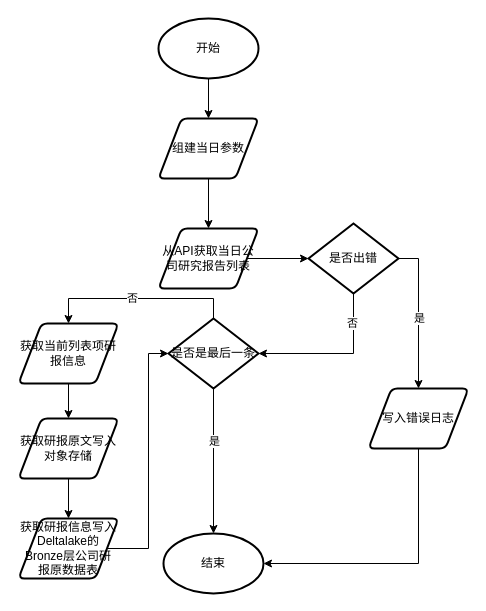
Earlier version of the draw.io diagram tupian/公众号研报获取流程.drawio (JJFatherL/biyesheji). Source tidied: cells renumbered, new cells numbered last; positions are measured from the earlier drawing's top-left corner, leaving out a move shared by most shapes. Both pictures are drawn from the tidied source at 100%, with x=0, y=0 at pixel (18, 18).
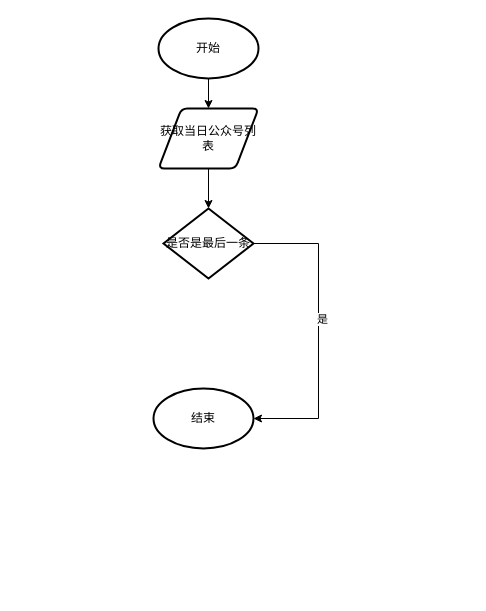
Above is the later version.

Commit message (it also covers changes not shown here):
更新公众号研报获取流程.drawio

The edit, as a diff of the source:
```diff
@@
-    <mxCell id="2" style="edgeStyle=orthogonalEdgeStyle;rounded=0;jettySize=auto;html=1;exitX=0.5;exitY=1;exitDx=0;exitDy=0;entryX=0.5;entryY=0;entryDx=0;entryDy=0;" parent="1" edge="1" source="3" target="7">
+    <mxCell id="2" style="edgeStyle=orthogonalEdgeStyle;rounded=0;jettySize=auto;html=1;exitX=0.5;exitY=1;exitDx=0;exitDy=0;entryX=0.5;entryY=0;entryDx=0;entryDy=0;entryPerimeter=0;" parent="1" edge="1" source="3" target="12">
       <mxGeometry relative="1" as="geometry" />
     </mxCell>
-    <mxCell id="3" value="组建当日参数" style="shape=parallelogram;html=1;strokeWidth=2;perimeter=parallelogramPerimeter;whiteSpace=wrap;rounded=1;arcSize=12;size=0.23;" parent="1" vertex="1">
-      <mxGeometry x="140" y="100" width="100" height="60" as="geometry" />
+    <mxCell id="3" value="获取当日公众号列表" style="shape=parallelogram;html=1;strokeWidth=2;perimeter=parallelogramPerimeter;whiteSpace=wrap;rounded=1;arcSize=12;size=0.23;" parent="1" vertex="1">
+      <mxGeometry x="140" y="90" width="100" height="60" as="geometry" />
     </mxCell>
@@
-    <mxCell id="6" style="edgeStyle=orthogonalEdgeStyle;rounded=0;jettySize=auto;html=1;exitX=1;exitY=0.5;exitDx=0;exitDy=0;entryX=0;entryY=0.5;entryDx=0;entryDy=0;entryPerimeter=0;" parent="1" edge="1" source="7" target="12">
-      <mxGeometry relative="1" as="geometry" />
-    </mxCell>
-    <mxCell id="7" value="从API获取当日公司研究报告列表" style="shape=parallelogram;html=1;strokeWidth=2;perimeter=parallelogramPerimeter;whiteSpace=wrap;rounded=1;arcSize=12;size=0.23;" parent="1" vertex="1">
-      <mxGeometry x="140" y="210" width="100" height="60" as="geometry" />
-    </mxCell>
-    <mxCell id="8" style="edgeStyle=orthogonalEdgeStyle;rounded=0;jettySize=auto;html=1;exitX=1;exitY=0.5;exitDx=0;exitDy=0;exitPerimeter=0;entryX=0.5;entryY=0;entryDx=0;entryDy=0;" parent="1" edge="1" source="12" target="14">
-      <mxGeometry relative="1" as="geometry" />
-    </mxCell>
-    <mxCell id="9" value="是" style="edgeLabel;html=1;align=center;verticalAlign=middle;" parent="8" vertex="1">
-      <mxGeometry x="-0.69" y="3" relative="1" as="geometry">
-        <mxPoint x="-3" y="56" as="offset" />
-      </mxGeometry>
-    </mxCell>
-    <mxCell id="10" style="edgeStyle=orthogonalEdgeStyle;rounded=0;jettySize=auto;html=1;exitX=0.5;exitY=1;exitDx=0;exitDy=0;exitPerimeter=0;entryX=1;entryY=0.5;entryDx=0;entryDy=0;entryPerimeter=0;" parent="1" edge="1" source="12" target="20">
-      <mxGeometry relative="1" as="geometry" />
-    </mxCell>
-    <mxCell id="11" value="否" style="edgeLabel;html=1;align=center;verticalAlign=middle;" parent="10" vertex="1">
-      <mxGeometry x="-0.62" y="-2" relative="1" as="geometry" />
-    </mxCell>
+    <mxCell id="27" style="edgeStyle=orthogonalEdgeStyle;rounded=0;jettySize=auto;html=1;exitX=1;exitY=0.5;exitDx=0;exitDy=0;exitPerimeter=0;entryX=1;entryY=0.5;entryDx=0;entryDy=0;entryPerimeter=0;" parent="1" edge="1" source="12" target="15">
+      <mxGeometry relative="1" as="geometry">
+        <Array as="points">
+          <mxPoint x="300" y="225" />
+          <mxPoint x="300" y="400" />
+        </Array>
+      </mxGeometry>
+    </mxCell>
+    <mxCell id="28" value="是" style="edgeLabel;html=1;align=center;verticalAlign=middle;" parent="27" vertex="1">
+      <mxGeometry x="-0.38" y="3" relative="1" as="geometry">
+        <mxPoint y="45" as="offset" />
+      </mxGeometry>
+    </mxCell>
-    <mxCell id="12" value="是否出错" style="strokeWidth=2;html=1;shape=mxgraph.flowchart.decision;whiteSpace=wrap;" parent="1" vertex="1">
-      <mxGeometry x="290" y="205" width="90" height="70" as="geometry" />
+    <mxCell id="12" value="是否是最后一条" style="strokeWidth=2;html=1;shape=mxgraph.flowchart.decision;whiteSpace=wrap;" parent="1" vertex="1">
+      <mxGeometry x="145" y="190" width="90" height="70" as="geometry" />
     </mxCell>
-    <mxCell id="13" style="edgeStyle=orthogonalEdgeStyle;rounded=0;jettySize=auto;html=1;exitX=0.5;exitY=1;exitDx=0;exitDy=0;entryX=1;entryY=0.5;entryDx=0;entryDy=0;entryPerimeter=0;" parent="1" edge="1" source="14" target="15">
-      <mxGeometry relative="1" as="geometry" />
-    </mxCell>
-    <mxCell id="14" value="写入错误日志" style="shape=parallelogram;html=1;strokeWidth=2;perimeter=parallelogramPerimeter;whiteSpace=wrap;rounded=1;arcSize=12;size=0.23;" parent="1" vertex="1">
-      <mxGeometry x="350" y="370" width="100" height="60" as="geometry" />
-    </mxCell>
     <mxCell id="15" value="结束" style="strokeWidth=2;html=1;shape=mxgraph.flowchart.start_1;whiteSpace=wrap;" parent="1" vertex="1">
-      <mxGeometry x="145" y="515" width="100" height="60" as="geometry" />
+      <mxGeometry x="135" y="370" width="100" height="60" as="geometry" />
     </mxCell>
-    <mxCell id="16" style="edgeStyle=orthogonalEdgeStyle;rounded=0;jettySize=auto;html=1;exitX=0.5;exitY=1;exitDx=0;exitDy=0;exitPerimeter=0;" parent="1" edge="1" source="20" target="15">
-      <mxGeometry relative="1" as="geometry" />
-    </mxCell>
-    <mxCell id="17" value="是" style="edgeLabel;html=1;align=center;verticalAlign=middle;" parent="16" vertex="1">
-      <mxGeometry x="-0.28" relative="1" as="geometry" />
-    </mxCell>
-    <mxCell id="18" style="edgeStyle=orthogonalEdgeStyle;rounded=0;jettySize=auto;html=1;exitX=0.5;exitY=0;exitDx=0;exitDy=0;exitPerimeter=0;entryX=0.5;entryY=0;entryDx=0;entryDy=0;" parent="1" edge="1" source="20" target="22">
-      <mxGeometry relative="1" as="geometry" />
-    </mxCell>
-    <mxCell id="19" value="否" style="edgeLabel;html=1;align=center;verticalAlign=middle;" parent="18" vertex="1">
-      <mxGeometry x="0.07" y="-1" relative="1" as="geometry" />
-    </mxCell>
-    <mxCell id="20" value="是否是最后一条" style="strokeWidth=2;html=1;shape=mxgraph.flowchart.decision;whiteSpace=wrap;" parent="1" vertex="1">
-      <mxGeometry x="150" y="300" width="90" height="70" as="geometry" />
-    </mxCell>
-    <mxCell id="21" style="edgeStyle=orthogonalEdgeStyle;rounded=0;jettySize=auto;html=1;exitX=0.5;exitY=1;exitDx=0;exitDy=0;" parent="1" edge="1" source="22" target="24">
-      <mxGeometry relative="1" as="geometry" />
-    </mxCell>
-    <mxCell id="22" value="获取当前列表项研报信息" style="shape=parallelogram;html=1;strokeWidth=2;perimeter=parallelogramPerimeter;whiteSpace=wrap;rounded=1;arcSize=12;size=0.23;" parent="1" vertex="1">
-      <mxGeometry y="305" width="100" height="60" as="geometry" />
-    </mxCell>
-    <mxCell id="23" style="edgeStyle=orthogonalEdgeStyle;rounded=0;jettySize=auto;html=1;exitX=0.5;exitY=1;exitDx=0;exitDy=0;" parent="1" edge="1" source="24" target="26">
-      <mxGeometry relative="1" as="geometry" />
-    </mxCell>
-    <mxCell id="24" value="获取研报原文写入对象存储" style="shape=parallelogram;html=1;strokeWidth=2;perimeter=parallelogramPerimeter;whiteSpace=wrap;rounded=1;arcSize=12;size=0.23;" parent="1" vertex="1">
-      <mxGeometry y="400" width="100" height="60" as="geometry" />
-    </mxCell>
-    <mxCell id="25" style="edgeStyle=orthogonalEdgeStyle;rounded=0;jettySize=auto;html=1;exitX=1;exitY=0.5;exitDx=0;exitDy=0;entryX=0;entryY=0.5;entryDx=0;entryDy=0;entryPerimeter=0;" parent="1" edge="1" source="26" target="20">
-      <mxGeometry relative="1" as="geometry">
-        <Array as="points">
-          <mxPoint x="130" y="530" />
-          <mxPoint x="130" y="335" />
-        </Array>
-      </mxGeometry>
-    </mxCell>
-    <mxCell id="26" value="获取研报信息写入Deltalake的Bronze层公司研报原数据表" style="shape=parallelogram;html=1;strokeWidth=2;perimeter=parallelogramPerimeter;whiteSpace=wrap;rounded=1;arcSize=12;size=0.23;" parent="1" vertex="1">
-      <mxGeometry y="500" width="100" height="60" as="geometry" />
-    </mxCell>
```
